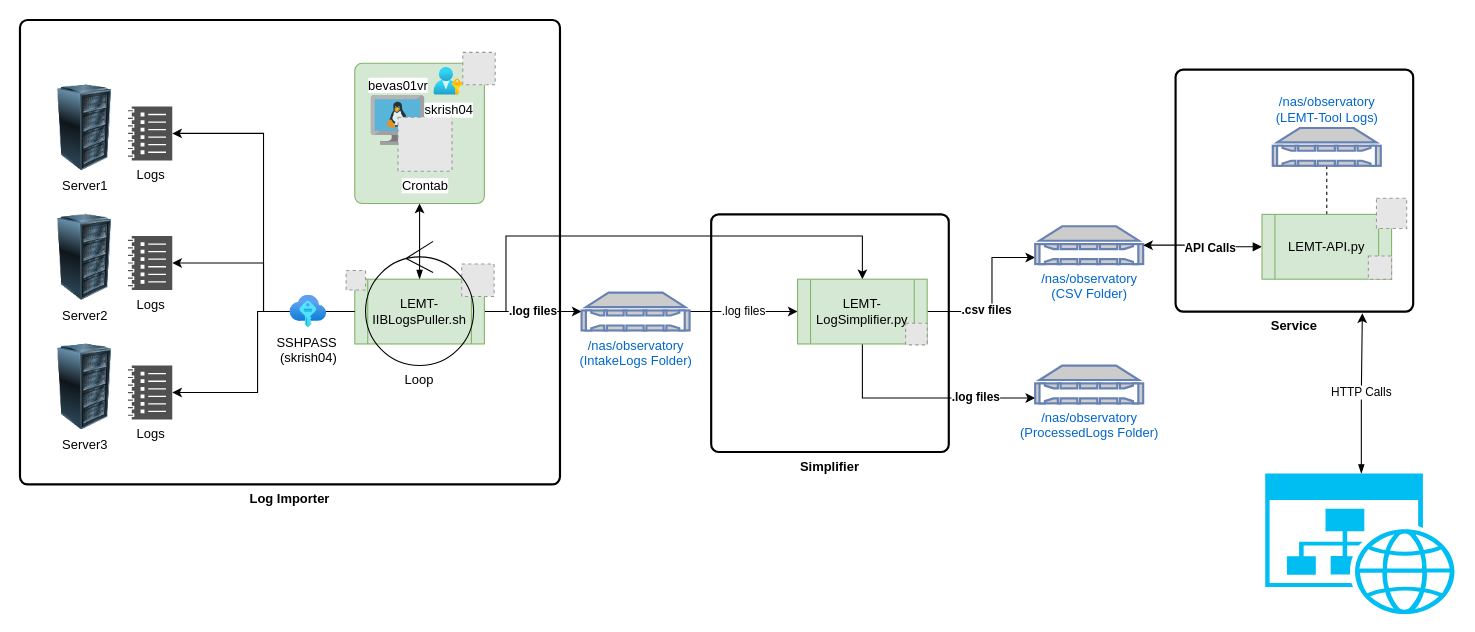
The draw.io diagram page "LEMT" (1 of 4) of SupportTools.drawio in sanjaipk/Application-Architecture, before the edit. Source tidied: cells renumbered, new cells numbered last; positions are measured from the earlier drawing's top-left corner, leaving out a move shared by most shapes. Both pictures are drawn from the tidied source at 108%, with x=0, y=0 at pixel (19, 19). Pictures stored in the file or linked from it are replaced by grey dashed boxes.
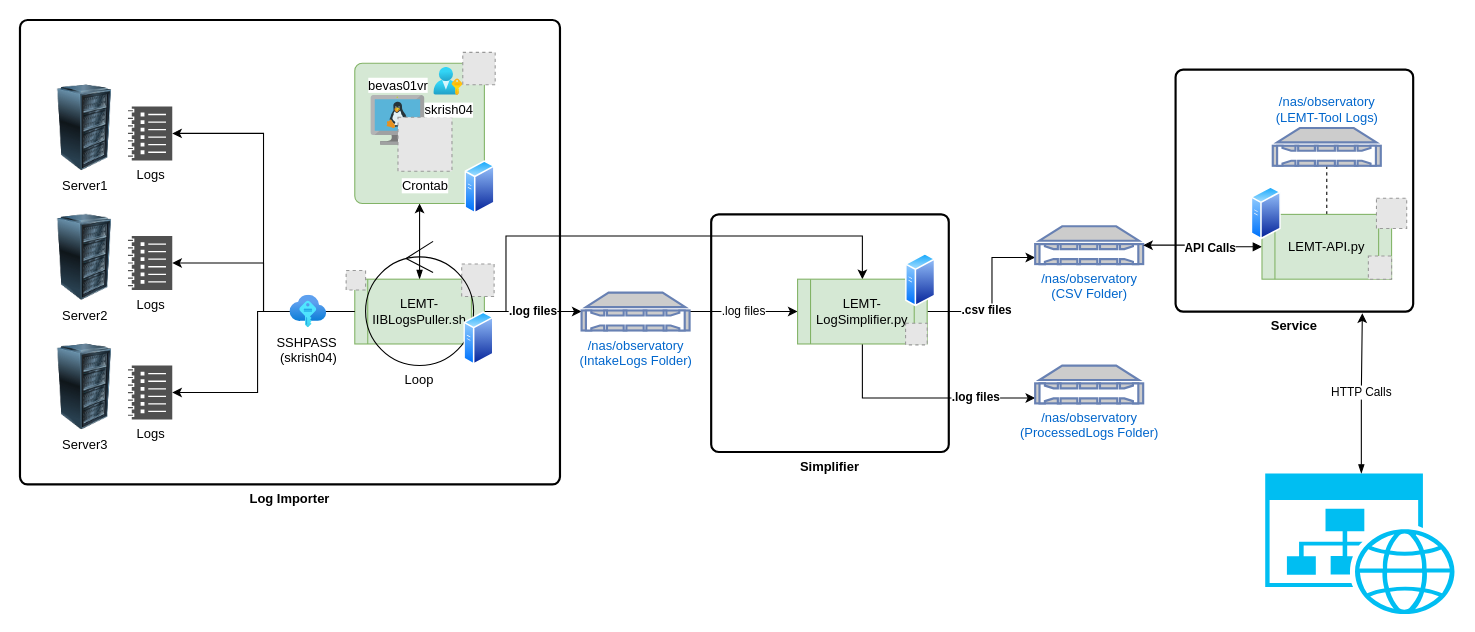
After the change.

The edit, as a diff of the source:
```diff
@@
     <mxCell id="45" style="group;" parent="1" vertex="1">
-      <mxGeometry x="310" y="30" width="133" height="140" as="geometry" />
+      <mxGeometry x="310" y="30" width="133" height="150" as="geometry" />
     </mxCell>
@@
+    <mxCell id="51" style="perimeter=ellipsePerimeter;html=1;align=center;shadow=0;dashed=0;spacingTop=3;image;image=img/lib/active_directory/generic_server.svg;" parent="45" vertex="1">
+      <mxGeometry x="102" y="100" width="28" height="50" as="geometry" />
+    </mxCell>
+    <mxCell id="52" style="perimeter=ellipsePerimeter;html=1;align=center;shadow=0;dashed=0;spacingTop=3;image;image=img/lib/active_directory/generic_server.svg;" parent="1" vertex="1">
+      <mxGeometry x="411" y="270" width="28" height="50" as="geometry" />
+    </mxCell>
+    <mxCell id="53" style="perimeter=ellipsePerimeter;html=1;align=center;shadow=0;dashed=0;spacingTop=3;image;image=img/lib/active_directory/generic_server.svg;" parent="1" vertex="1">
+      <mxGeometry x="820" y="216" width="28" height="50" as="geometry" />
+    </mxCell>
+    <mxCell id="54" style="perimeter=ellipsePerimeter;html=1;align=center;shadow=0;dashed=0;spacingTop=3;image;image=img/lib/active_directory/generic_server.svg;" parent="1" vertex="1">
+      <mxGeometry x="1140" y="154" width="28" height="50" as="geometry" />
+    </mxCell>
```
